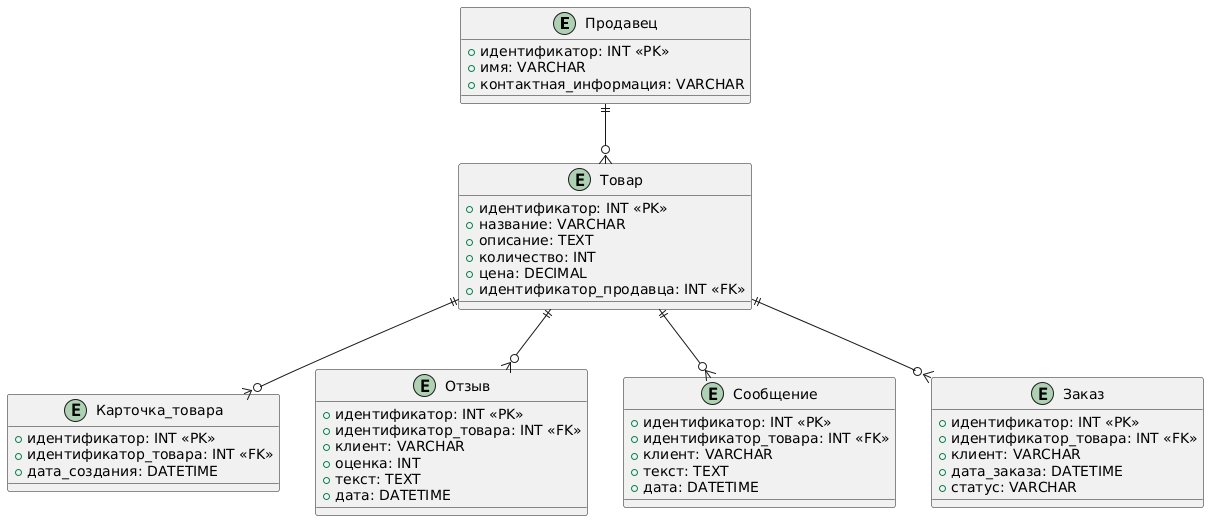
Before: 4 МоделированиеБазыДанных.png, a diagram exported from PlantUML (KristinaElya/BusinessA).
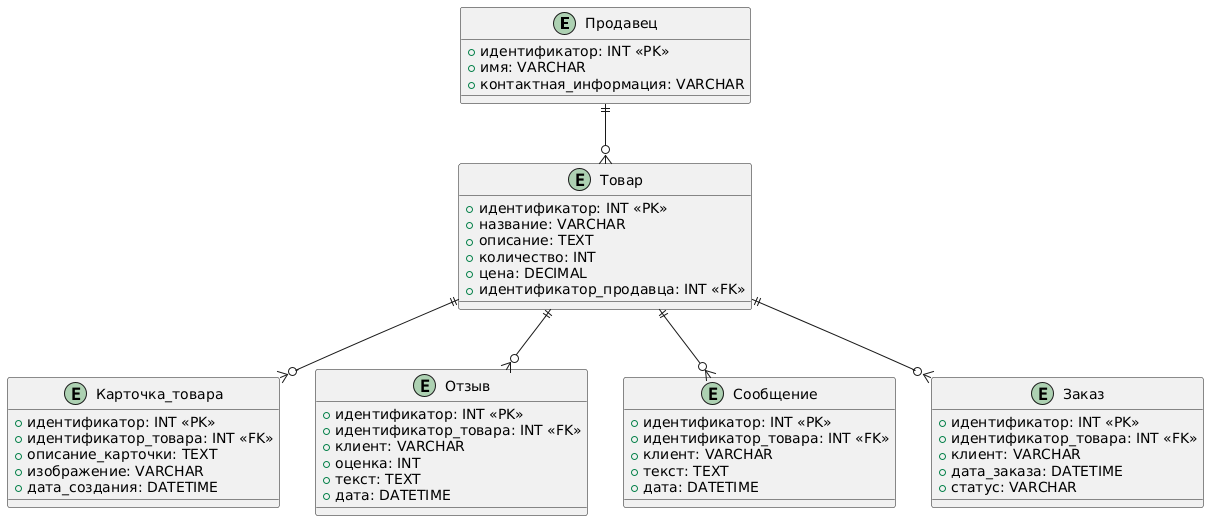
Above is the later version.

Change to the diagram source:
```diff
@@ -17,6 +17,8 @@
 entity "Карточка_товара" {
     +идентификатор: INT <<PK>>
     +идентификатор_товара: INT <<FK>>
+    +описание_карточки: TEXT
+    +изображение: VARCHAR
     +дата_создания: DATETIME
 }
 
```
